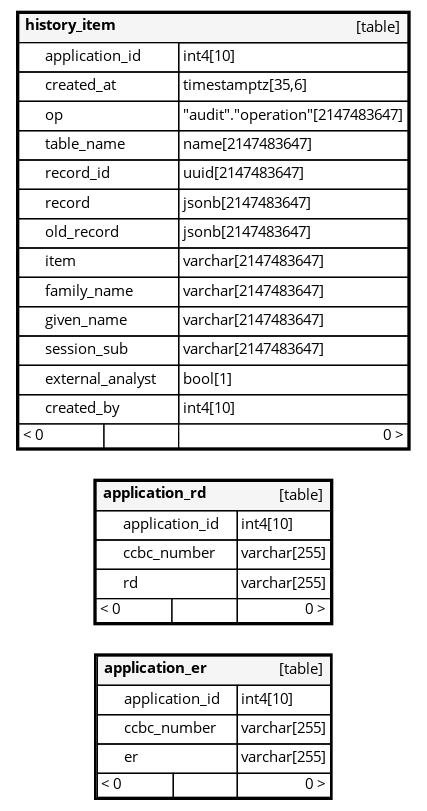
Earlier version of the Graphviz export schemaspy/ccbc_public/diagrams/orphans/orphans.png (bcgov/CONN-CCBC-portal). Its source is kept beside it as schemaspy/ccbc_public/diagrams/orphans/orphans.dot.
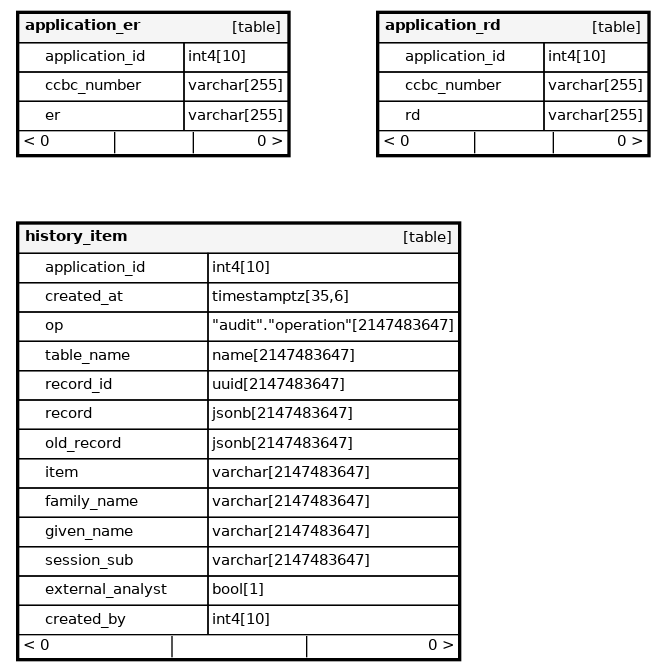
The same file after the commit.

Change to the diagram source:
```diff
@@ -1,13 +1,13 @@
 digraph "orphans" {
-  graph [    rankdir="RL"    bgcolor="#ffffff"    nodesep="0.18"    ranksep="0.46"    fontname="Helvetica"    fontsize="11"    ration="compress"  ];  node [    fontname="Helvetica"    fontsize="11"    shape="plaintext"  ];  edge [    arrowsize="0.8"  ];
+  graph [    rankdir="RL"    bgcolor="#ffffff"    nodesep="0.18"    ranksep="0.46"    fontname="Helvetica"    fontsize="11"    packmode="graph"  ];  node [    fontname="Helvetica"    fontsize="11"    shape="plaintext"  ];  edge [    arrowsize="0.8"  ];
   "application_er" [
    label=<
     <TABLE BORDER="2" CELLBORDER="1" CELLSPACING="0" BGCOLOR="#ffffff">
-      <TR><TD COLSPAN="4"  BGCOLOR="#f5f5f5"><TABLE BORDER="0" CELLSPACING="0"><TR><TD ALIGN="LEFT" FIXEDSIZE="TRUE" WIDTH="84" HEIGHT="16"><B>application_er</B></TD><TD ALIGN="RIGHT">[table]</TD></TR></TABLE></TD></TR>
-      <TR><TD PORT="application_id" COLSPAN="2" ALIGN="LEFT"><TABLE BORDER="0" CELLSPACING="0" ALIGN="LEFT"><TR ALIGN="LEFT"><TD ALIGN="LEFT" FIXEDSIZE="TRUE" WIDTH="15" HEIGHT="16"></TD><TD ALIGN="LEFT" FIXEDSIZE="TRUE" WIDTH="84" HEIGHT="16">application_id</TD></TR></TABLE></TD><TD PORT="application_id.type" ALIGN="LEFT">int4[10]</TD></TR>
-      <TR><TD PORT="ccbc_number" COLSPAN="2" ALIGN="LEFT"><TABLE BORDER="0" CELLSPACING="0" ALIGN="LEFT"><TR ALIGN="LEFT"><TD ALIGN="LEFT" FIXEDSIZE="TRUE" WIDTH="15" HEIGHT="16"></TD><TD ALIGN="LEFT" FIXEDSIZE="TRUE" WIDTH="84" HEIGHT="16">ccbc_number</TD></TR></TABLE></TD><TD PORT="ccbc_number.type" ALIGN="LEFT">varchar[255]</TD></TR>
-      <TR><TD PORT="er" COLSPAN="2" ALIGN="LEFT"><TABLE BORDER="0" CELLSPACING="0" ALIGN="LEFT"><TR ALIGN="LEFT"><TD ALIGN="LEFT" FIXEDSIZE="TRUE" WIDTH="15" HEIGHT="16"></TD><TD ALIGN="LEFT" FIXEDSIZE="TRUE" WIDTH="84" HEIGHT="16">er</TD></TR></TABLE></TD><TD PORT="er.type" ALIGN="LEFT">varchar[255]</TD></TR>
-      <TR><TD ALIGN="LEFT" BGCOLOR="#ffffff">&lt; 0</TD><TD ALIGN="RIGHT" BGCOLOR="#ffffff">  </TD><TD ALIGN="RIGHT" BGCOLOR="#ffffff">0 &gt;</TD></TR>
+      <TR><TD COLSPAN="4"  BGCOLOR="#f5f5f5"><TABLE BORDER="0" CELLSPACING="0"><TR><TD ALIGN="LEFT" FIXEDSIZE="TRUE" WIDTH="103" HEIGHT="16"><B>application_er</B></TD><TD ALIGN="RIGHT">[table]</TD></TR></TABLE></TD></TR>
+      <TR><TD PORT="application_id" COLSPAN="2" ALIGN="LEFT"><TABLE BORDER="0" CELLSPACING="0" ALIGN="LEFT"><TR ALIGN="LEFT"><TD ALIGN="LEFT" FIXEDSIZE="TRUE" WIDTH="15" HEIGHT="16"></TD><TD ALIGN="LEFT" FIXEDSIZE="TRUE" WIDTH="103" HEIGHT="16">application_id</TD></TR></TABLE></TD><TD PORT="application_id.type" ALIGN="LEFT">int4[10]</TD></TR>
+      <TR><TD PORT="ccbc_number" COLSPAN="2" ALIGN="LEFT"><TABLE BORDER="0" CELLSPACING="0" ALIGN="LEFT"><TR ALIGN="LEFT"><TD ALIGN="LEFT" FIXEDSIZE="TRUE" WIDTH="15" HEIGHT="16"></TD><TD ALIGN="LEFT" FIXEDSIZE="TRUE" WIDTH="103" HEIGHT="16">ccbc_number</TD></TR></TABLE></TD><TD PORT="ccbc_number.type" ALIGN="LEFT">varchar[255]</TD></TR>
+      <TR><TD PORT="er" COLSPAN="2" ALIGN="LEFT"><TABLE BORDER="0" CELLSPACING="0" ALIGN="LEFT"><TR ALIGN="LEFT"><TD ALIGN="LEFT" FIXEDSIZE="TRUE" WIDTH="15" HEIGHT="16"></TD><TD ALIGN="LEFT" FIXEDSIZE="TRUE" WIDTH="103" HEIGHT="16">er</TD></TR></TABLE></TD><TD PORT="er.type" ALIGN="LEFT">varchar[255]</TD></TR>
+      <TR><TD ALIGN="LEFT" CELLPADDING="0" BGCOLOR="#ffffff" COLSPAN="4" ><TABLE BORDER="0" CELLBORDER="0" CELLSPACING="0"><TR><TD ALIGN="LEFT" BGCOLOR="#ffffff">&lt; 0</TD><VR/><TD ALIGN="CENTER" BGCOLOR="#ffffff">  </TD><VR/><TD ALIGN="RIGHT" BGCOLOR="#ffffff">0 &gt;</TD></TR></TABLE></TD></TR>
     </TABLE>>
     URL="tables/application_er.html"
     target="_top"
@@ -16,11 +16,11 @@
   "application_rd" [
    label=<
     <TABLE BORDER="2" CELLBORDER="1" CELLSPACING="0" BGCOLOR="#ffffff">
-      <TR><TD COLSPAN="4"  BGCOLOR="#f5f5f5"><TABLE BORDER="0" CELLSPACING="0"><TR><TD ALIGN="LEFT" FIXEDSIZE="TRUE" WIDTH="85" HEIGHT="16"><B>application_rd</B></TD><TD ALIGN="RIGHT">[table]</TD></TR></TABLE></TD></TR>
-      <TR><TD PORT="application_id" COLSPAN="2" ALIGN="LEFT"><TABLE BORDER="0" CELLSPACING="0" ALIGN="LEFT"><TR ALIGN="LEFT"><TD ALIGN="LEFT" FIXEDSIZE="TRUE" WIDTH="15" HEIGHT="16"></TD><TD ALIGN="LEFT" FIXEDSIZE="TRUE" WIDTH="85" HEIGHT="16">application_id</TD></TR></TABLE></TD><TD PORT="application_id.type" ALIGN="LEFT">int4[10]</TD></TR>
-      <TR><TD PORT="ccbc_number" COLSPAN="2" ALIGN="LEFT"><TABLE BORDER="0" CELLSPACING="0" ALIGN="LEFT"><TR ALIGN="LEFT"><TD ALIGN="LEFT" FIXEDSIZE="TRUE" WIDTH="15" HEIGHT="16"></TD><TD ALIGN="LEFT" FIXEDSIZE="TRUE" WIDTH="85" HEIGHT="16">ccbc_number</TD></TR></TABLE></TD><TD PORT="ccbc_number.type" ALIGN="LEFT">varchar[255]</TD></TR>
-      <TR><TD PORT="rd" COLSPAN="2" ALIGN="LEFT"><TABLE BORDER="0" CELLSPACING="0" ALIGN="LEFT"><TR ALIGN="LEFT"><TD ALIGN="LEFT" FIXEDSIZE="TRUE" WIDTH="15" HEIGHT="16"></TD><TD ALIGN="LEFT" FIXEDSIZE="TRUE" WIDTH="85" HEIGHT="16">rd</TD></TR></TABLE></TD><TD PORT="rd.type" ALIGN="LEFT">varchar[255]</TD></TR>
-      <TR><TD ALIGN="LEFT" BGCOLOR="#ffffff">&lt; 0</TD><TD ALIGN="RIGHT" BGCOLOR="#ffffff">  </TD><TD ALIGN="RIGHT" BGCOLOR="#ffffff">0 &gt;</TD></TR>
+      <TR><TD COLSPAN="4"  BGCOLOR="#f5f5f5"><TABLE BORDER="0" CELLSPACING="0"><TR><TD ALIGN="LEFT" FIXEDSIZE="TRUE" WIDTH="103" HEIGHT="16"><B>application_rd</B></TD><TD ALIGN="RIGHT">[table]</TD></TR></TABLE></TD></TR>
+      <TR><TD PORT="application_id" COLSPAN="2" ALIGN="LEFT"><TABLE BORDER="0" CELLSPACING="0" ALIGN="LEFT"><TR ALIGN="LEFT"><TD ALIGN="LEFT" FIXEDSIZE="TRUE" WIDTH="15" HEIGHT="16"></TD><TD ALIGN="LEFT" FIXEDSIZE="TRUE" WIDTH="103" HEIGHT="16">application_id</TD></TR></TABLE></TD><TD PORT="application_id.type" ALIGN="LEFT">int4[10]</TD></TR>
+      <TR><TD PORT="ccbc_number" COLSPAN="2" ALIGN="LEFT"><TABLE BORDER="0" CELLSPACING="0" ALIGN="LEFT"><TR ALIGN="LEFT"><TD ALIGN="LEFT" FIXEDSIZE="TRUE" WIDTH="15" HEIGHT="16"></TD><TD ALIGN="LEFT" FIXEDSIZE="TRUE" WIDTH="103" HEIGHT="16">ccbc_number</TD></TR></TABLE></TD><TD PORT="ccbc_number.type" ALIGN="LEFT">varchar[255]</TD></TR>
+      <TR><TD PORT="rd" COLSPAN="2" ALIGN="LEFT"><TABLE BORDER="0" CELLSPACING="0" ALIGN="LEFT"><TR ALIGN="LEFT"><TD ALIGN="LEFT" FIXEDSIZE="TRUE" WIDTH="15" HEIGHT="16"></TD><TD ALIGN="LEFT" FIXEDSIZE="TRUE" WIDTH="103" HEIGHT="16">rd</TD></TR></TABLE></TD><TD PORT="rd.type" ALIGN="LEFT">varchar[255]</TD></TR>
+      <TR><TD ALIGN="LEFT" CELLPADDING="0" BGCOLOR="#ffffff" COLSPAN="4" ><TABLE BORDER="0" CELLBORDER="0" CELLSPACING="0"><TR><TD ALIGN="LEFT" BGCOLOR="#ffffff">&lt; 0</TD><VR/><TD ALIGN="CENTER" BGCOLOR="#ffffff">  </TD><VR/><TD ALIGN="RIGHT" BGCOLOR="#ffffff">0 &gt;</TD></TR></TABLE></TD></TR>
     </TABLE>>
     URL="tables/application_rd.html"
     target="_top"
@@ -29,21 +29,21 @@
   "history_item" [
    label=<
     <TABLE BORDER="2" CELLBORDER="1" CELLSPACING="0" BGCOLOR="#ffffff">
-      <TR><TD COLSPAN="4"  BGCOLOR="#f5f5f5"><TABLE BORDER="0" CELLSPACING="0"><TR><TD ALIGN="LEFT" FIXEDSIZE="TRUE" WIDTH="75" HEIGHT="16"><B>history_item</B></TD><TD ALIGN="RIGHT">[table]</TD></TR></TABLE></TD></TR>
-      <TR><TD PORT="application_id" COLSPAN="2" BGCOLOR="#ffffff" ALIGN="LEFT"><TABLE BORDER="0" CELLSPACING="0" ALIGN="LEFT"><TR ALIGN="LEFT"><TD ALIGN="LEFT" FIXEDSIZE="TRUE" WIDTH="15" HEIGHT="16"></TD><TD ALIGN="LEFT" FIXEDSIZE="TRUE" WIDTH="99" HEIGHT="16">application_id</TD></TR></TABLE></TD><TD PORT="application_id.type" ALIGN="LEFT">int4[10]</TD></TR>
-      <TR><TD PORT="created_at" COLSPAN="2" ALIGN="LEFT"><TABLE BORDER="0" CELLSPACING="0" ALIGN="LEFT"><TR ALIGN="LEFT"><TD ALIGN="LEFT" FIXEDSIZE="TRUE" WIDTH="15" HEIGHT="16"></TD><TD ALIGN="LEFT" FIXEDSIZE="TRUE" WIDTH="99" HEIGHT="16">created_at</TD></TR></TABLE></TD><TD PORT="created_at.type" ALIGN="LEFT">timestamptz[35,6]</TD></TR>
-      <TR><TD PORT="op" COLSPAN="2" ALIGN="LEFT"><TABLE BORDER="0" CELLSPACING="0" ALIGN="LEFT"><TR ALIGN="LEFT"><TD ALIGN="LEFT" FIXEDSIZE="TRUE" WIDTH="15" HEIGHT="16"></TD><TD ALIGN="LEFT" FIXEDSIZE="TRUE" WIDTH="99" HEIGHT="16">op</TD></TR></TABLE></TD><TD PORT="op.type" ALIGN="LEFT">&quot;audit&quot;.&quot;operation&quot;[2147483647]</TD></TR>
-      <TR><TD PORT="table_name" COLSPAN="2" ALIGN="LEFT"><TABLE BORDER="0" CELLSPACING="0" ALIGN="LEFT"><TR ALIGN="LEFT"><TD ALIGN="LEFT" FIXEDSIZE="TRUE" WIDTH="15" HEIGHT="16"></TD><TD ALIGN="LEFT" FIXEDSIZE="TRUE" WIDTH="99" HEIGHT="16">table_name</TD></TR></TABLE></TD><TD PORT="table_name.type" ALIGN="LEFT">name[2147483647]</TD></TR>
-      <TR><TD PORT="record_id" COLSPAN="2" ALIGN="LEFT"><TABLE BORDER="0" CELLSPACING="0" ALIGN="LEFT"><TR ALIGN="LEFT"><TD ALIGN="LEFT" FIXEDSIZE="TRUE" WIDTH="15" HEIGHT="16"></TD><TD ALIGN="LEFT" FIXEDSIZE="TRUE" WIDTH="99" HEIGHT="16">record_id</TD></TR></TABLE></TD><TD PORT="record_id.type" ALIGN="LEFT">uuid[2147483647]</TD></TR>
-      <TR><TD PORT="record" COLSPAN="2" ALIGN="LEFT"><TABLE BORDER="0" CELLSPACING="0" ALIGN="LEFT"><TR ALIGN="LEFT"><TD ALIGN="LEFT" FIXEDSIZE="TRUE" WIDTH="15" HEIGHT="16"></TD><TD ALIGN="LEFT" FIXEDSIZE="TRUE" WIDTH="99" HEIGHT="16">record</TD></TR></TABLE></TD><TD PORT="record.type" ALIGN="LEFT">jsonb[2147483647]</TD></TR>
-      <TR><TD PORT="old_record" COLSPAN="2" ALIGN="LEFT"><TABLE BORDER="0" CELLSPACING="0" ALIGN="LEFT"><TR ALIGN="LEFT"><TD ALIGN="LEFT" FIXEDSIZE="TRUE" WIDTH="15" HEIGHT="16"></TD><TD ALIGN="LEFT" FIXEDSIZE="TRUE" WIDTH="99" HEIGHT="16">old_record</TD></TR></TABLE></TD><TD PORT="old_record.type" ALIGN="LEFT">jsonb[2147483647]</TD></TR>
-      <TR><TD PORT="item" COLSPAN="2" ALIGN="LEFT"><TABLE BORDER="0" CELLSPACING="0" ALIGN="LEFT"><TR ALIGN="LEFT"><TD ALIGN="LEFT" FIXEDSIZE="TRUE" WIDTH="15" HEIGHT="16"></TD><TD ALIGN="LEFT" FIXEDSIZE="TRUE" WIDTH="99" HEIGHT="16">item</TD></TR></TABLE></TD><TD PORT="item.type" ALIGN="LEFT">varchar[2147483647]</TD></TR>
-      <TR><TD PORT="family_name" COLSPAN="2" ALIGN="LEFT"><TABLE BORDER="0" CELLSPACING="0" ALIGN="LEFT"><TR ALIGN="LEFT"><TD ALIGN="LEFT" FIXEDSIZE="TRUE" WIDTH="15" HEIGHT="16"></TD><TD ALIGN="LEFT" FIXEDSIZE="TRUE" WIDTH="99" HEIGHT="16">family_name</TD></TR></TABLE></TD><TD PORT="family_name.type" ALIGN="LEFT">varchar[2147483647]</TD></TR>
-      <TR><TD PORT="given_name" COLSPAN="2" ALIGN="LEFT"><TABLE BORDER="0" CELLSPACING="0" ALIGN="LEFT"><TR ALIGN="LEFT"><TD ALIGN="LEFT" FIXEDSIZE="TRUE" WIDTH="15" HEIGHT="16"></TD><TD ALIGN="LEFT" FIXEDSIZE="TRUE" WIDTH="99" HEIGHT="16">given_name</TD></TR></TABLE></TD><TD PORT="given_name.type" ALIGN="LEFT">varchar[2147483647]</TD></TR>
-      <TR><TD PORT="session_sub" COLSPAN="2" ALIGN="LEFT"><TABLE BORDER="0" CELLSPACING="0" ALIGN="LEFT"><TR ALIGN="LEFT"><TD ALIGN="LEFT" FIXEDSIZE="TRUE" WIDTH="15" HEIGHT="16"></TD><TD ALIGN="LEFT" FIXEDSIZE="TRUE" WIDTH="99" HEIGHT="16">session_sub</TD></TR></TABLE></TD><TD PORT="session_sub.type" ALIGN="LEFT">varchar[2147483647]</TD></TR>
-      <TR><TD PORT="external_analyst" COLSPAN="2" ALIGN="LEFT"><TABLE BORDER="0" CELLSPACING="0" ALIGN="LEFT"><TR ALIGN="LEFT"><TD ALIGN="LEFT" FIXEDSIZE="TRUE" WIDTH="15" HEIGHT="16"></TD><TD ALIGN="LEFT" FIXEDSIZE="TRUE" WIDTH="99" HEIGHT="16">external_analyst</TD></TR></TABLE></TD><TD PORT="external_analyst.type" ALIGN="LEFT">bool[1]</TD></TR>
-      <TR><TD PORT="created_by" COLSPAN="2" ALIGN="LEFT"><TABLE BORDER="0" CELLSPACING="0" ALIGN="LEFT"><TR ALIGN="LEFT"><TD ALIGN="LEFT" FIXEDSIZE="TRUE" WIDTH="15" HEIGHT="16"></TD><TD ALIGN="LEFT" FIXEDSIZE="TRUE" WIDTH="99" HEIGHT="16">created_by</TD></TR></TABLE></TD><TD PORT="created_by.type" ALIGN="LEFT">int4[10]</TD></TR>
-      <TR><TD ALIGN="LEFT" BGCOLOR="#ffffff">&lt; 0</TD><TD ALIGN="RIGHT" BGCOLOR="#ffffff">  </TD><TD ALIGN="RIGHT" BGCOLOR="#ffffff">0 &gt;</TD></TR>
+      <TR><TD COLSPAN="4"  BGCOLOR="#f5f5f5"><TABLE BORDER="0" CELLSPACING="0"><TR><TD ALIGN="LEFT" FIXEDSIZE="TRUE" WIDTH="91" HEIGHT="16"><B>history_item</B></TD><TD ALIGN="RIGHT">[table]</TD></TR></TABLE></TD></TR>
+      <TR><TD PORT="application_id" COLSPAN="2" BGCOLOR="#ffffff" ALIGN="LEFT"><TABLE BORDER="0" CELLSPACING="0" ALIGN="LEFT"><TR ALIGN="LEFT"><TD ALIGN="LEFT" FIXEDSIZE="TRUE" WIDTH="15" HEIGHT="16"></TD><TD ALIGN="LEFT" FIXEDSIZE="TRUE" WIDTH="121" HEIGHT="16">application_id</TD></TR></TABLE></TD><TD PORT="application_id.type" ALIGN="LEFT">int4[10]</TD></TR>
+      <TR><TD PORT="created_at" COLSPAN="2" ALIGN="LEFT"><TABLE BORDER="0" CELLSPACING="0" ALIGN="LEFT"><TR ALIGN="LEFT"><TD ALIGN="LEFT" FIXEDSIZE="TRUE" WIDTH="15" HEIGHT="16"></TD><TD ALIGN="LEFT" FIXEDSIZE="TRUE" WIDTH="121" HEIGHT="16">created_at</TD></TR></TABLE></TD><TD PORT="created_at.type" ALIGN="LEFT">timestamptz[35,6]</TD></TR>
+      <TR><TD PORT="op" COLSPAN="2" ALIGN="LEFT"><TABLE BORDER="0" CELLSPACING="0" ALIGN="LEFT"><TR ALIGN="LEFT"><TD ALIGN="LEFT" FIXEDSIZE="TRUE" WIDTH="15" HEIGHT="16"></TD><TD ALIGN="LEFT" FIXEDSIZE="TRUE" WIDTH="121" HEIGHT="16">op</TD></TR></TABLE></TD><TD PORT="op.type" ALIGN="LEFT">&quot;audit&quot;.&quot;operation&quot;[2147483647]</TD></TR>
+      <TR><TD PORT="table_name" COLSPAN="2" ALIGN="LEFT"><TABLE BORDER="0" CELLSPACING="0" ALIGN="LEFT"><TR ALIGN="LEFT"><TD ALIGN="LEFT" FIXEDSIZE="TRUE" WIDTH="15" HEIGHT="16"></TD><TD ALIGN="LEFT" FIXEDSIZE="TRUE" WIDTH="121" HEIGHT="16">table_name</TD></TR></TABLE></TD><TD PORT="table_name.type" ALIGN="LEFT">name[2147483647]</TD></TR>
+      <TR><TD PORT="record_id" COLSPAN="2" ALIGN="LEFT"><TABLE BORDER="0" CELLSPACING="0" ALIGN="LEFT"><TR ALIGN="LEFT"><TD ALIGN="LEFT" FIXEDSIZE="TRUE" WIDTH="15" HEIGHT="16"></TD><TD ALIGN="LEFT" FIXEDSIZE="TRUE" WIDTH="121" HEIGHT="16">record_id</TD></TR></TABLE></TD><TD PORT="record_id.type" ALIGN="LEFT">uuid[2147483647]</TD></TR>
+      <TR><TD PORT="record" COLSPAN="2" ALIGN="LEFT"><TABLE BORDER="0" CELLSPACING="0" ALIGN="LEFT"><TR ALIGN="LEFT"><TD ALIGN="LEFT" FIXEDSIZE="TRUE" WIDTH="15" HEIGHT="16"></TD><TD ALIGN="LEFT" FIXEDSIZE="TRUE" WIDTH="121" HEIGHT="16">record</TD></TR></TABLE></TD><TD PORT="record.type" ALIGN="LEFT">jsonb[2147483647]</TD></TR>
+      <TR><TD PORT="old_record" COLSPAN="2" ALIGN="LEFT"><TABLE BORDER="0" CELLSPACING="0" ALIGN="LEFT"><TR ALIGN="LEFT"><TD ALIGN="LEFT" FIXEDSIZE="TRUE" WIDTH="15" HEIGHT="16"></TD><TD ALIGN="LEFT" FIXEDSIZE="TRUE" WIDTH="121" HEIGHT="16">old_record</TD></TR></TABLE></TD><TD PORT="old_record.type" ALIGN="LEFT">jsonb[2147483647]</TD></TR>
+      <TR><TD PORT="item" COLSPAN="2" ALIGN="LEFT"><TABLE BORDER="0" CELLSPACING="0" ALIGN="LEFT"><TR ALIGN="LEFT"><TD ALIGN="LEFT" FIXEDSIZE="TRUE" WIDTH="15" HEIGHT="16"></TD><TD ALIGN="LEFT" FIXEDSIZE="TRUE" WIDTH="121" HEIGHT="16">item</TD></TR></TABLE></TD><TD PORT="item.type" ALIGN="LEFT">varchar[2147483647]</TD></TR>
+      <TR><TD PORT="family_name" COLSPAN="2" ALIGN="LEFT"><TABLE BORDER="0" CELLSPACING="0" ALIGN="LEFT"><TR ALIGN="LEFT"><TD ALIGN="LEFT" FIXEDSIZE="TRUE" WIDTH="15" HEIGHT="16"></TD><TD ALIGN="LEFT" FIXEDSIZE="TRUE" WIDTH="121" HEIGHT="16">family_name</TD></TR></TABLE></TD><TD PORT="family_name.type" ALIGN="LEFT">varchar[2147483647]</TD></TR>
+      <TR><TD PORT="given_name" COLSPAN="2" ALIGN="LEFT"><TABLE BORDER="0" CELLSPACING="0" ALIGN="LEFT"><TR ALIGN="LEFT"><TD ALIGN="LEFT" FIXEDSIZE="TRUE" WIDTH="15" HEIGHT="16"></TD><TD ALIGN="LEFT" FIXEDSIZE="TRUE" WIDTH="121" HEIGHT="16">given_name</TD></TR></TABLE></TD><TD PORT="given_name.type" ALIGN="LEFT">varchar[2147483647]</TD></TR>
+      <TR><TD PORT="session_sub" COLSPAN="2" ALIGN="LEFT"><TABLE BORDER="0" CELLSPACING="0" ALIGN="LEFT"><TR ALIGN="LEFT"><TD ALIGN="LEFT" FIXEDSIZE="TRUE" WIDTH="15" HEIGHT="16"></TD><TD ALIGN="LEFT" FIXEDSIZE="TRUE" WIDTH="121" HEIGHT="16">session_sub</TD></TR></TABLE></TD><TD PORT="session_sub.type" ALIGN="LEFT">varchar[2147483647]</TD></TR>
+      <TR><TD PORT="external_analyst" COLSPAN="2" ALIGN="LEFT"><TABLE BORDER="0" CELLSPACING="0" ALIGN="LEFT"><TR ALIGN="LEFT"><TD ALIGN="LEFT" FIXEDSIZE="TRUE" WIDTH="15" HEIGHT="16"></TD><TD ALIGN="LEFT" FIXEDSIZE="TRUE" WIDTH="121" HEIGHT="16">external_analyst</TD></TR></TABLE></TD><TD PORT="external_analyst.type" ALIGN="LEFT">bool[1]</TD></TR>
+      <TR><TD PORT="created_by" COLSPAN="2" ALIGN="LEFT"><TABLE BORDER="0" CELLSPACING="0" ALIGN="LEFT"><TR ALIGN="LEFT"><TD ALIGN="LEFT" FIXEDSIZE="TRUE" WIDTH="15" HEIGHT="16"></TD><TD ALIGN="LEFT" FIXEDSIZE="TRUE" WIDTH="121" HEIGHT="16">created_by</TD></TR></TABLE></TD><TD PORT="created_by.type" ALIGN="LEFT">int4[10]</TD></TR>
+      <TR><TD ALIGN="LEFT" CELLPADDING="0" BGCOLOR="#ffffff" COLSPAN="4" ><TABLE BORDER="0" CELLBORDER="0" CELLSPACING="0"><TR><TD ALIGN="LEFT" BGCOLOR="#ffffff">&lt; 0</TD><VR/><TD ALIGN="CENTER" BGCOLOR="#ffffff">  </TD><VR/><TD ALIGN="RIGHT" BGCOLOR="#ffffff">0 &gt;</TD></TR></TABLE></TD></TR>
     </TABLE>>
     URL="tables/history_item.html"
     target="_top"
```
